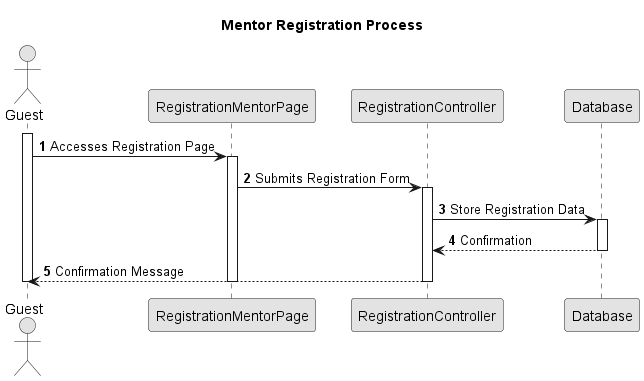
This is Doc/use-Cases/uc011/systemDiagram/sequenceDiagram011.png from kanzodotjava/RefugeeLINK, a PlantUML export, as it was before one commit.
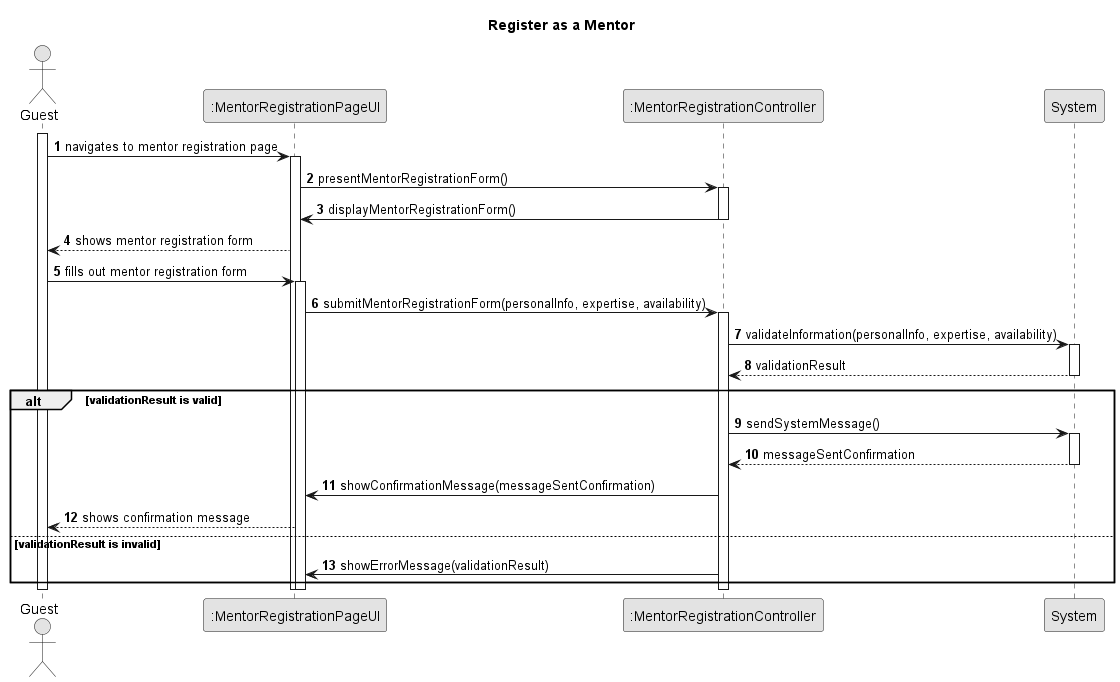
Later version of the same file.

What changed in the source:
```diff
@@ -3,31 +3,45 @@
 skinparam packageStyle rectangle
 skinparam shadowing false
 
-title Mentor Registration Process
+title Register as a Mentor
 
 autonumber
 
 actor Guest
-participant "RegistrationMentorPage" as MentorPage
-participant "RegistrationController" as RegCtrl
-participant Database
+participant ":MentorRegistrationPageUI" as ui
+participant ":MentorRegistrationController" as ctrl
+participant "System" as system
 
 activate Guest
 
-Guest -> MentorPage : Accesses Registration Page
-activate MentorPage
-
-MentorPage -> RegCtrl : Submits Registration Form
-activate RegCtrl
-
-RegCtrl -> Database : Store Registration Data
-activate Database
-Database --> RegCtrl : Confirmation
-deactivate Database
-
-RegCtrl --> Guest : Confirmation Message
-deactivate RegCtrl
-deactivate MentorPage
+    Guest -> ui : navigates to mentor registration page
+    activate ui
+        ui -> ctrl : presentMentorRegistrationForm()
+        activate ctrl
+            ctrl -> ui : displayMentorRegistrationForm()
+            deactivate ctrl
+        ui --> Guest : shows mentor registration form
+        Guest -> ui : fills out mentor registration form
+        activate ui
+            ui -> ctrl : submitMentorRegistrationForm(personalInfo, expertise, availability)
+            activate ctrl
+                ctrl -> system : validateInformation(personalInfo, expertise, availability)
+                activate system
+                    system --> ctrl : validationResult
+                deactivate system
+                alt validationResult is valid
+                    ctrl -> system : sendSystemMessage()
+                    activate system
+                        system --> ctrl : messageSentConfirmation
+                    deactivate system
+                    ctrl -> ui : showConfirmationMessage(messageSentConfirmation)
+                    ui --> Guest : shows confirmation message
+                else validationResult is invalid
+                    ctrl -> ui : showErrorMessage(validationResult)
+                end
+            deactivate ctrl
+        deactivate ui
+    deactivate ui
 
 deactivate Guest
 
```
